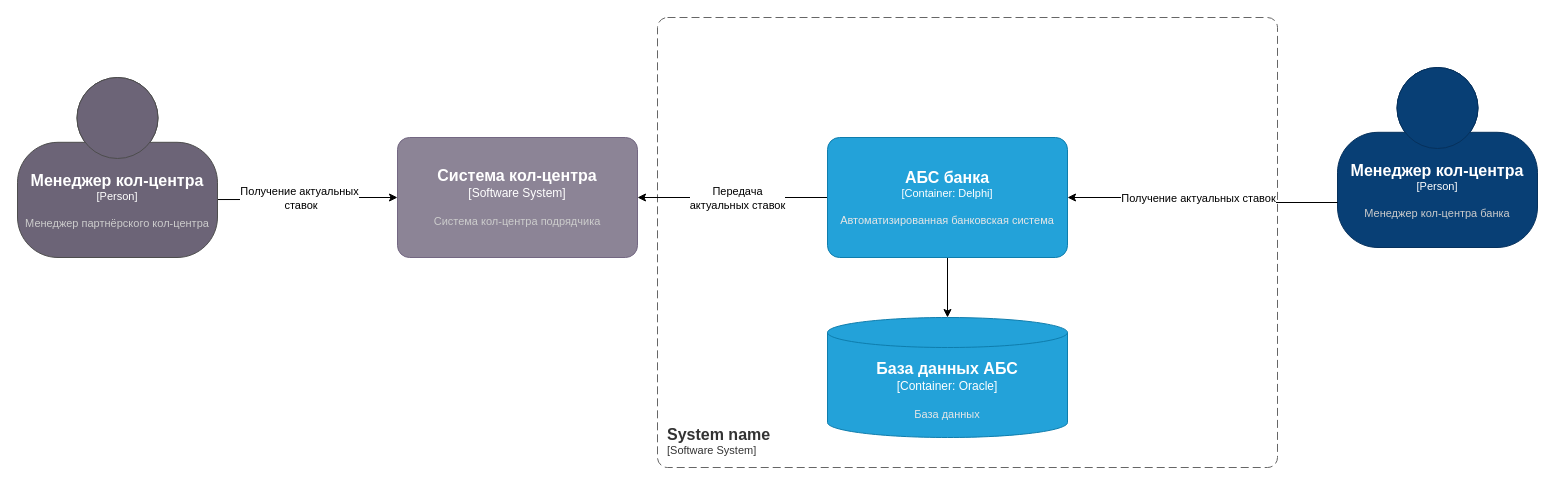
markovkaDada/architecture-standart keeps this draw.io diagram as Task4/containers.drawio. Above is the earlier version. Source tidied: cells renumbered, new cells numbered last; positions are measured from the earlier drawing's top-left corner, leaving out a move shared by most shapes. Both pictures are drawn from the tidied source at 100%, with x=0, y=0 at pixel (17, 17).
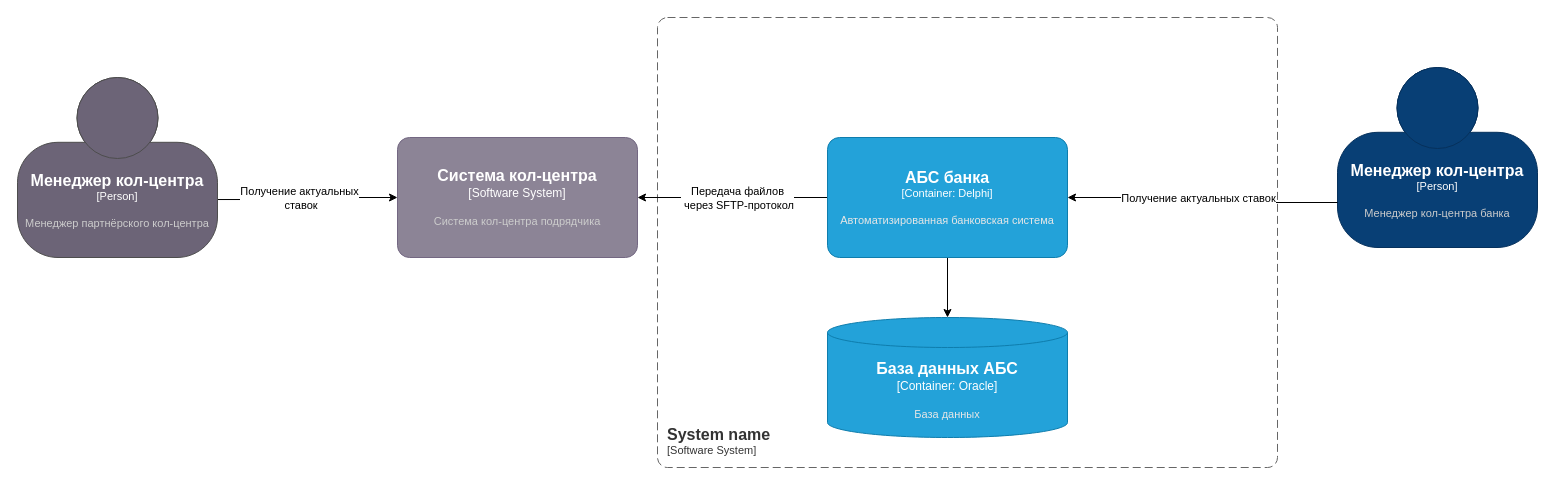
Above is the later version.

The change refers to these unchanged cells:
```xml
<mxCell id="5" style="edgeStyle=orthogonalEdgeStyle;rounded=0;jettySize=auto;html=1;" parent="1" edge="1" source="7" target="12">
  <mxGeometry relative="1" as="geometry" />
</mxCell>
```

The edit, as a diff of the source:
```diff
@@
-    <mxCell id="6" value="Передача &lt;br&gt;актуальных ставок" style="edgeLabel;html=1;align=center;verticalAlign=middle;" parent="5" vertex="1">
+    <mxCell id="6" value="Передача файлов&lt;br&gt;&amp;nbsp;через SFTP-протокол" style="edgeLabel;html=1;align=center;verticalAlign=middle;" parent="5" vertex="1">
       <mxGeometry x="-0.32" y="-1" relative="1" as="geometry">
         <mxPoint x="-26" y="1" as="offset" />
       </mxGeometry>
     </mxCell>
```
